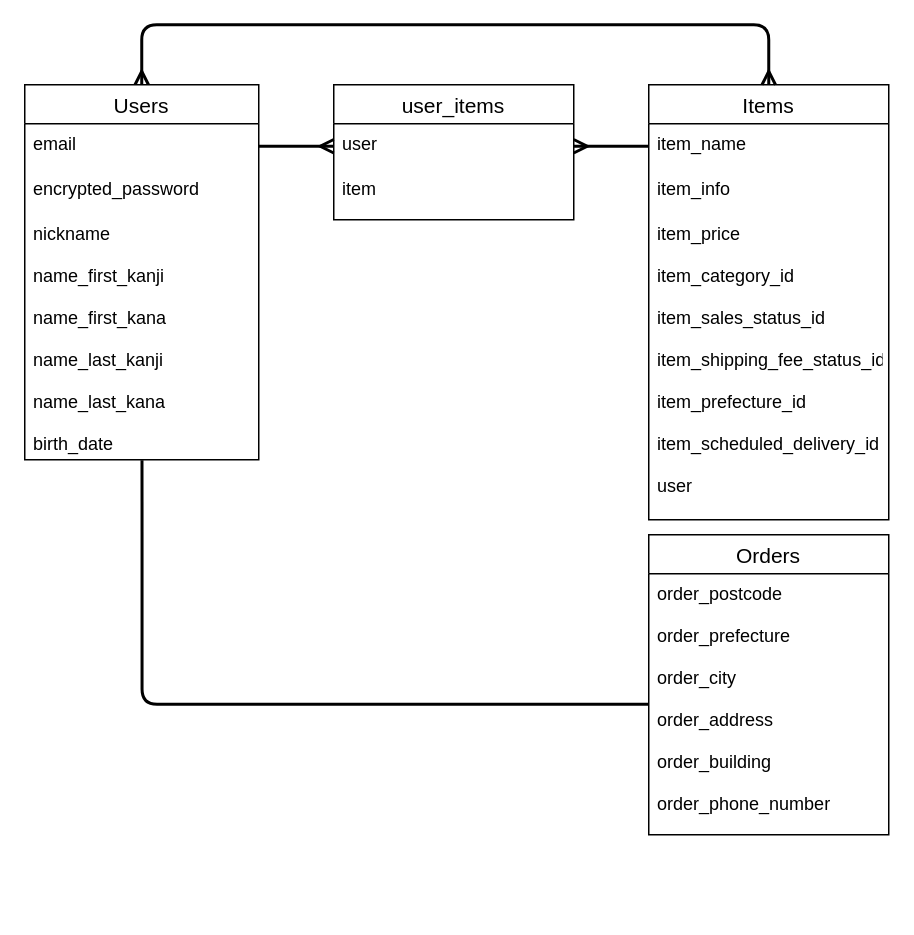
The draw.io diagram page "ページ1" (1 of 2) of furima.dio in Rui-Tanizaki/furima-40276, before the edit. Source tidied: cells renumbered, new cells numbered last; positions are measured from the earlier drawing's top-left corner, leaving out a move shared by most shapes. Both pictures are drawn from the tidied source at 150%, with x=0, y=0 at pixel (24, 24).
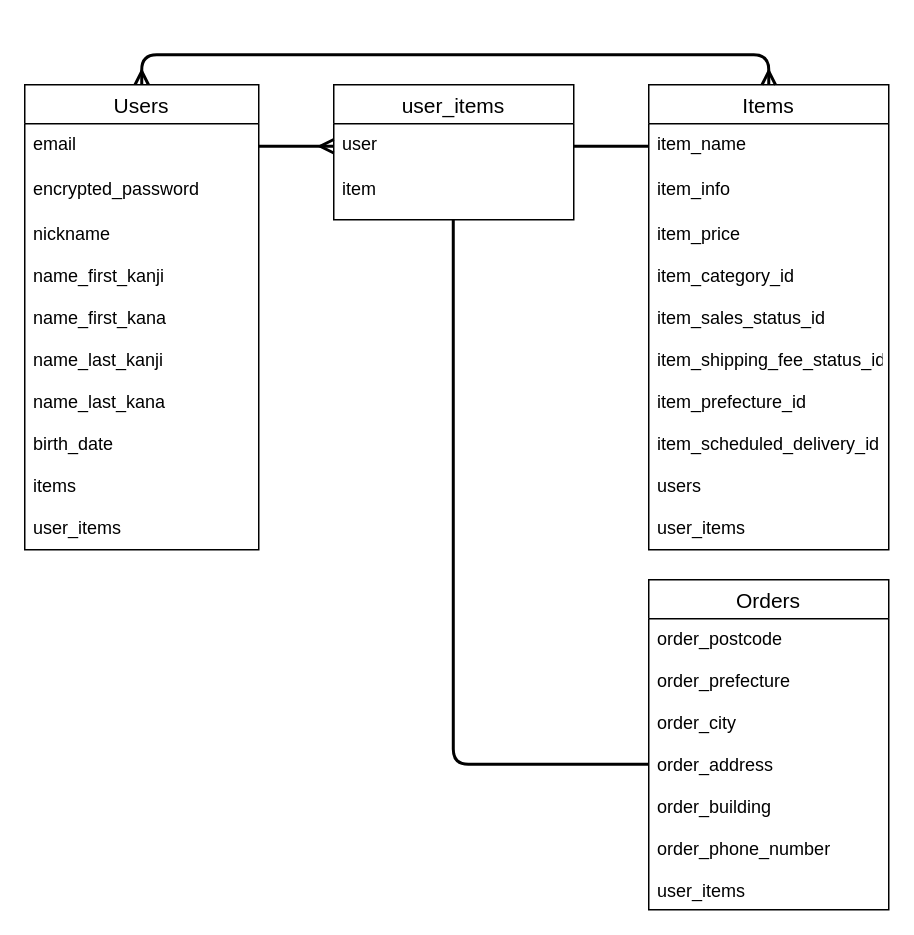
The same diagram, later.

Commit message (it also covers changes not shown here):
ER図・マークダウンの再々訂正

Unchanged cells that the change refers to:
```xml
<mxCell id="3" value="item_name" style="text;strokeColor=none;fillColor=none;spacingLeft=4;spacingRight=4;overflow=hidden;points=[[0,0.5],[1,0.5]];portConstraint=eastwest;fontSize=12;dashed=1;dashPattern=1 2;" parent="2" vertex="1">
  <mxGeometry y="26" width="160" height="30" as="geometry" />
</mxCell>
<mxCell id="16" value="user" style="text;strokeColor=none;fillColor=none;spacingLeft=4;spacingRight=4;overflow=hidden;points=[[0,0.5],[1,0.5]];portConstraint=eastwest;fontSize=12;" parent="15" vertex="1">
  <mxGeometry y="26" width="160" height="30" as="geometry" />
</mxCell>
<mxCell id="17" value="item" style="text;strokeColor=none;fillColor=none;spacingLeft=4;spacingRight=4;overflow=hidden;points=[[0,0.5],[1,0.5]];portConstraint=eastwest;fontSize=12;" parent="15" vertex="1">
  <mxGeometry y="56" width="160" height="34" as="geometry" />
</mxCell>
```

What changed in the source:
```diff
@@
     <mxCell id="2" value="Items" style="swimlane;fontStyle=0;horizontal=1;startSize=26;align=center;fontSize=14;strokeColor=default;" parent="1" vertex="1">
-      <mxGeometry x="416" y="40" width="160" height="290" as="geometry" />
+      <mxGeometry x="416" y="40" width="160" height="310" as="geometry" />
     </mxCell>
@@
-    <mxCell id="5" value="item_price&#10;&#10;item_category_id&#10;&#10;item_sales_status_id&#10;&#10;item_shipping_fee_status_id&#10;&#10;item_prefecture_id&#10;&#10;item_scheduled_delivery_id&#10;&#10;user" style="text;strokeColor=none;fillColor=none;spacingLeft=4;spacingRight=4;overflow=hidden;fontSize=12;dashed=1;dashPattern=1 2;" parent="2" vertex="1">
-      <mxGeometry y="86" width="160" height="204" as="geometry" />
+    <mxCell id="5" value="item_price&#10;&#10;item_category_id&#10;&#10;item_sales_status_id&#10;&#10;item_shipping_fee_status_id&#10;&#10;item_prefecture_id&#10;&#10;item_scheduled_delivery_id&#10;&#10;users&#10;&#10;user_items" style="text;strokeColor=none;fillColor=none;spacingLeft=4;spacingRight=4;overflow=hidden;fontSize=12;dashed=1;dashPattern=1 2;" parent="2" vertex="1">
+      <mxGeometry y="86" width="160" height="224" as="geometry" />
     </mxCell>
     <mxCell id="6" style="edgeStyle=orthogonalEdgeStyle;html=1;entryX=0.5;entryY=0;entryDx=0;entryDy=0;endArrow=ERmany;endFill=0;startArrow=ERmany;startFill=0;strokeWidth=2;" parent="1" edge="1" source="7" target="2">
       <mxGeometry relative="1" as="geometry">
         <Array as="points">
-          <mxPoint x="78" />
-          <mxPoint x="496" />
+          <mxPoint x="78" y="20" />
+          <mxPoint x="496" y="20" />
         </Array>
       </mxGeometry>
     </mxCell>
     <mxCell id="7" value="Users" style="swimlane;fontStyle=0;horizontal=1;startSize=26;align=center;fontSize=14;strokeColor=default;" parent="1" vertex="1">
-      <mxGeometry y="40" width="156" height="250" as="geometry" />
+      <mxGeometry y="40" width="156" height="310" as="geometry" />
     </mxCell>
@@
-    <mxCell id="10" value="nickname&#10;&#10;name_first_kanji&#10;&#10;name_first_kana&#10;&#10;name_last_kanji&#10;&#10;name_last_kana&#10;&#10;birth_date" style="text;strokeColor=none;fillColor=none;spacingLeft=4;spacingRight=4;overflow=hidden;points=[[0,0.5],[1,0.5]];portConstraint=eastwest;fontSize=12;dashed=1;dashPattern=1 2;" parent="7" vertex="1">
-      <mxGeometry y="86" width="156" height="164" as="geometry" />
+    <mxCell id="10" value="nickname&#10;&#10;name_first_kanji&#10;&#10;name_first_kana&#10;&#10;name_last_kanji&#10;&#10;name_last_kana&#10;&#10;birth_date&#10;&#10;items&#10;&#10;user_items" style="text;strokeColor=none;fillColor=none;spacingLeft=4;spacingRight=4;overflow=hidden;points=[[0,0.5],[1,0.5]];portConstraint=eastwest;fontSize=12;dashed=1;dashPattern=1 2;" parent="7" vertex="1">
+      <mxGeometry y="86" width="156" height="224" as="geometry" />
     </mxCell>
     <mxCell id="11" style="edgeStyle=none;html=1;startArrow=none;startFill=0;endArrow=none;endFill=0;startSize=6;sourcePerimeterSpacing=7;" parent="1" edge="1">
       <mxGeometry relative="1" as="geometry">
-        <mxPoint x="76" y="380" as="sourcePoint" />
-        <mxPoint x="76" y="380" as="targetPoint" />
+        <mxPoint x="76" y="410" as="sourcePoint" />
+        <mxPoint x="76" y="410" as="targetPoint" />
       </mxGeometry>
     </mxCell>
     <mxCell id="12" value="Orders" style="swimlane;fontStyle=0;horizontal=1;startSize=26;align=center;fontSize=14;" parent="1" vertex="1">
-      <mxGeometry x="416" y="340" width="160" height="200" as="geometry" />
+      <mxGeometry x="416" y="370" width="160" height="220" as="geometry" />
     </mxCell>
-    <mxCell id="13" value="order_postcode&#10;&#10;order_prefecture&#10;&#10;order_city&#10;&#10;order_address&#10;&#10;order_building&#10;&#10;order_phone_number" style="text;strokeColor=none;fillColor=none;spacingLeft=4;spacingRight=4;overflow=hidden;points=[[0,0.5],[1,0.5]];portConstraint=eastwest;fontSize=12;" parent="12" vertex="1">
-      <mxGeometry y="26" width="160" height="174" as="geometry" />
+    <mxCell id="13" value="order_postcode&#10;&#10;order_prefecture&#10;&#10;order_city&#10;&#10;order_address&#10;&#10;order_building&#10;&#10;order_phone_number&#10;&#10;user_items" style="text;strokeColor=none;fillColor=none;spacingLeft=4;spacingRight=4;overflow=hidden;points=[[0,0.5],[1,0.5]];portConstraint=eastwest;fontSize=12;" parent="12" vertex="1">
+      <mxGeometry y="26" width="160" height="194" as="geometry" />
     </mxCell>
@@
-    <mxCell id="18" style="edgeStyle=none;html=1;entryX=1;entryY=0.5;entryDx=0;entryDy=0;strokeWidth=2;startArrow=none;startFill=0;endArrow=ERmany;endFill=0;startSize=6;sourcePerimeterSpacing=7;exitX=0;exitY=0.5;exitDx=0;exitDy=0;" parent="1" edge="1" source="3" target="16">
+    <mxCell id="18" style="edgeStyle=none;html=1;entryX=1;entryY=0.5;entryDx=0;entryDy=0;strokeWidth=2;startArrow=none;startFill=0;endArrow=none;endFill=0;startSize=6;sourcePerimeterSpacing=7;exitX=0;exitY=0.5;exitDx=0;exitDy=0;" parent="1" edge="1" source="3" target="16">
       <mxGeometry relative="1" as="geometry" />
     </mxCell>
-    <mxCell id="19" style="edgeStyle=orthogonalEdgeStyle;html=1;strokeWidth=2;startArrow=none;startFill=0;endArrow=none;endFill=0;startSize=6;sourcePerimeterSpacing=7;entryX=0.501;entryY=1.002;entryDx=0;entryDy=0;entryPerimeter=0;exitX=0;exitY=0.5;exitDx=0;exitDy=0;" parent="1" edge="1" source="13" target="10">
+    <mxCell id="19" style="edgeStyle=orthogonalEdgeStyle;html=1;strokeWidth=2;startArrow=none;startFill=0;endArrow=none;endFill=0;startSize=6;sourcePerimeterSpacing=7;exitX=0;exitY=0.5;exitDx=0;exitDy=0;entryX=0.498;entryY=1;entryDx=0;entryDy=0;entryPerimeter=0;" parent="1" edge="1" source="13" target="17">
       <mxGeometry relative="1" as="geometry" />
     </mxCell>
```
